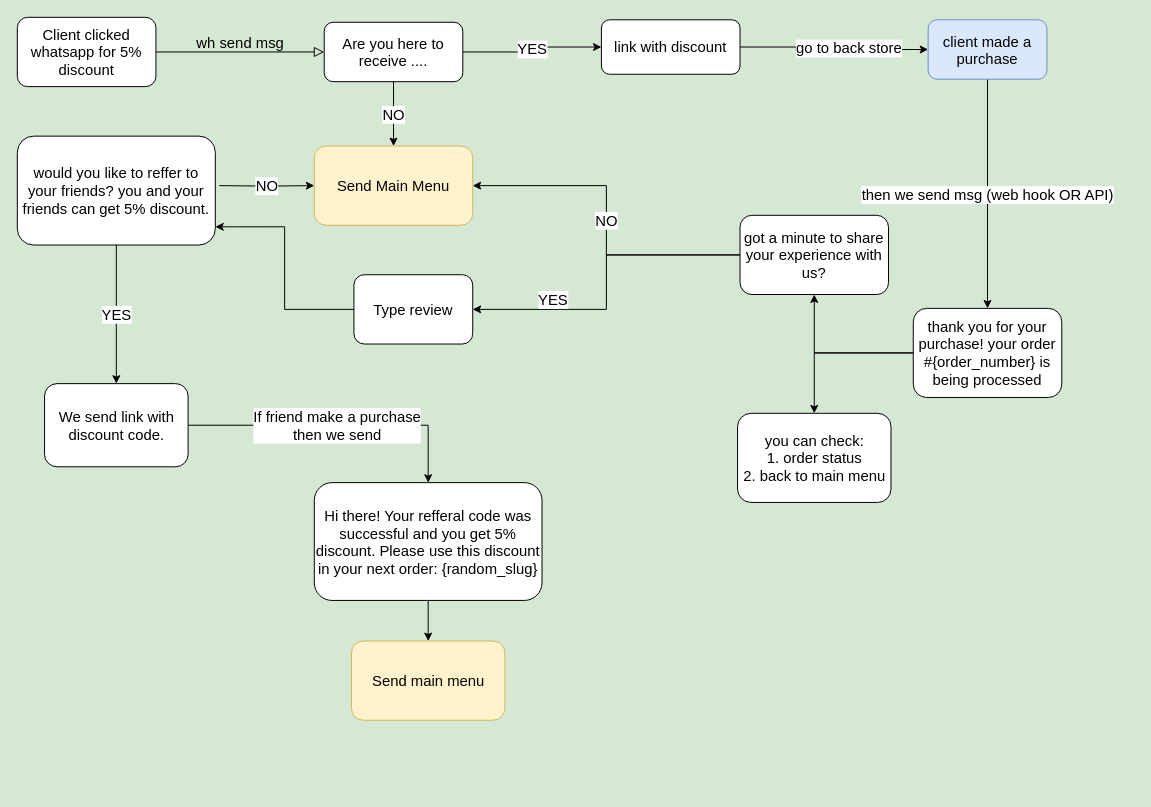
Above: Untitled Diagram.drawio in zhalgasbaibolov/zhalgasbaibolov (draw.io), before the change. Source tidied: cells renumbered, new cells numbered last; positions are measured from the earlier drawing's top-left corner, leaving out a move shared by most shapes. Both pictures are drawn from the tidied source at 99%, with x=0, y=0 at pixel (17, 17).
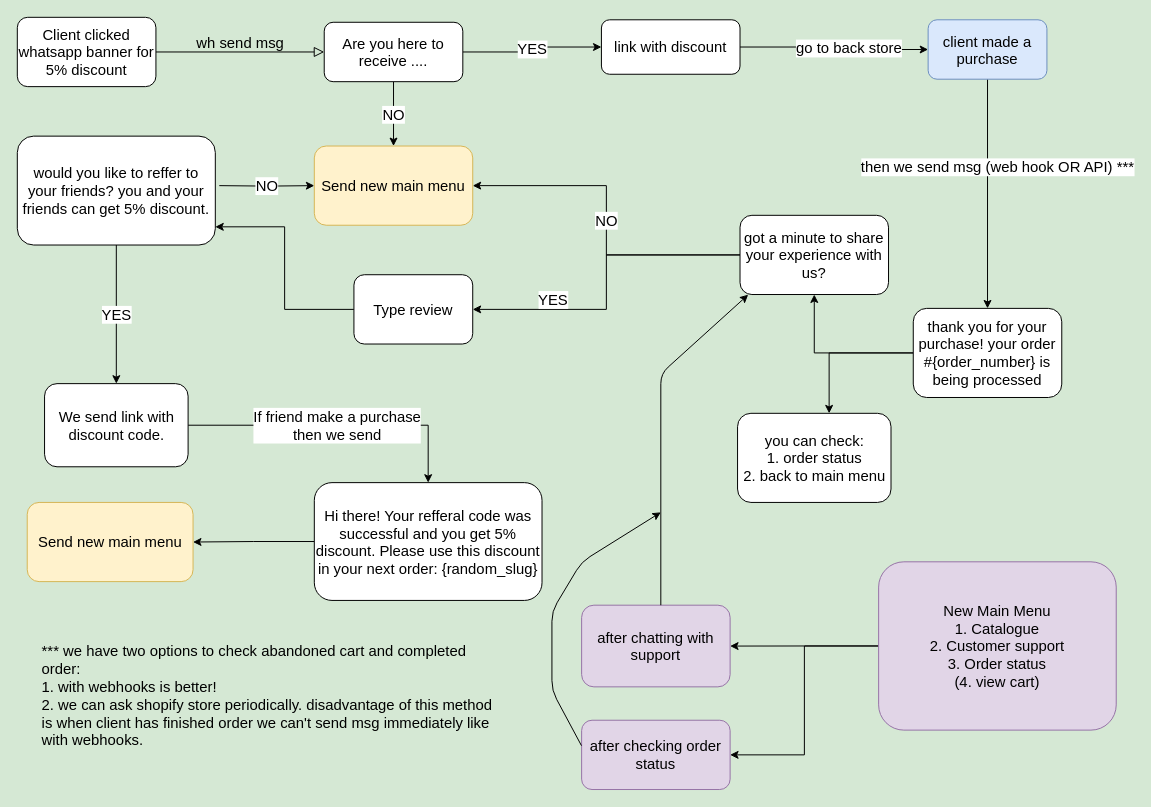
The same page after the edit.

Unchanged cells that the change refers to:
```xml
<mxCell id="10" value="client made a purchase" style="whiteSpace=wrap;html=1;rounded=1;fillColor=#dae8fc;strokeColor=#6c8ebf;fontSize=15;" parent="1" vertex="1">
  <mxGeometry x="920" y="2.5" width="120" height="60" as="geometry" />
</mxCell>
<mxCell id="13" value="thank you for your purchase! your order #{order_number} is being processed" style="whiteSpace=wrap;html=1;rounded=1;fontSize=15;" parent="1" vertex="1">
  <mxGeometry x="905" y="294" width="150" height="90" as="geometry" />
</mxCell>
<mxCell id="14" value="you can check:&lt;br style=&quot;font-size: 15px;&quot;&gt;1. order status&lt;br style=&quot;font-size: 15px;&quot;&gt;2. back to main menu" style="whiteSpace=wrap;html=1;rounded=1;fontSize=15;" parent="1" vertex="1">
  <mxGeometry x="727.5" y="400" width="155" height="90" as="geometry" />
</mxCell>
<mxCell id="17" value="got a minute to share your experience with us?" style="whiteSpace=wrap;html=1;rounded=1;fontSize=15;" parent="1" vertex="1">
  <mxGeometry x="730" y="200" width="150" height="80" as="geometry" />
</mxCell>
```

What changed in the source:
```diff
@@
-    <mxCell id="3" value="Client clicked whatsapp for 5% discount" style="rounded=1;whiteSpace=wrap;html=1;fontSize=15;glass=0;strokeWidth=1;shadow=0;" parent="1" vertex="1">
+    <mxCell id="3" value="Client clicked whatsapp banner for 5% discount" style="rounded=1;whiteSpace=wrap;html=1;fontSize=15;glass=0;strokeWidth=1;shadow=0;" parent="1" vertex="1">
       <mxGeometry width="140" height="70" as="geometry" />
     </mxCell>
@@
-    <mxCell id="9" value="then we send msg (web hook OR API)" style="edgeStyle=orthogonalEdgeStyle;rounded=0;jettySize=auto;html=1;fontSize=15;" parent="1" edge="1" source="10" target="13">
-      <mxGeometry relative="1" as="geometry" />
+    <mxCell id="9" value="then we send msg (web hook OR API) ***" style="edgeStyle=orthogonalEdgeStyle;rounded=0;jettySize=auto;html=1;fontSize=15;" parent="1" edge="1" source="10" target="13">
+      <mxGeometry x="-0.24" y="10" relative="1" as="geometry" />
     </mxCell>
@@
     <mxCell id="11" style="edgeStyle=orthogonalEdgeStyle;rounded=0;jettySize=auto;html=1;fontSize=15;" parent="1" edge="1" source="13" target="14">
-      <mxGeometry relative="1" as="geometry" />
+      <mxGeometry relative="1" as="geometry">
+        <Array as="points">
+          <mxPoint x="820" y="339" />
+        </Array>
+      </mxGeometry>
     </mxCell>
@@
-    <mxCell id="23" value="Send Main Menu" style="whiteSpace=wrap;html=1;rounded=1;fillColor=#fff2cc;strokeColor=#d6b656;fontSize=15;" parent="1" vertex="1">
+    <mxCell id="23" value="Send new main menu" style="whiteSpace=wrap;html=1;rounded=1;fillColor=#fff2cc;strokeColor=#d6b656;fontSize=15;" parent="1" vertex="1">
       <mxGeometry x="300" y="130" width="160" height="80" as="geometry" />
     </mxCell>
@@
-    <mxCell id="28" value="Send main menu" style="whiteSpace=wrap;html=1;rounded=1;fontSize=15;fillColor=#fff2cc;strokeColor=#d6b656;" parent="1" vertex="1">
-      <mxGeometry x="337.5" y="630" width="155" height="80" as="geometry" />
+    <mxCell id="28" value="Send new main menu" style="whiteSpace=wrap;html=1;rounded=1;fontSize=15;fillColor=#fff2cc;strokeColor=#d6b656;" parent="1" vertex="1">
+      <mxGeometry x="10" y="490" width="167.5" height="80" as="geometry" />
     </mxCell>
+    <mxCell id="29" value="*** we have two options to check abandoned cart and completed order:&lt;br&gt;1. with webhooks is better!&lt;br&gt;2. we can ask shopify store periodically. disadvantage of this method is when client has finished order we can't send msg immediately like with webhooks." style="text;html=1;strokeColor=none;fillColor=none;align=left;verticalAlign=middle;whiteSpace=wrap;rounded=0;fontSize=15;" parent="1" vertex="1">
+      <mxGeometry x="22.5" y="630" width="467.5" height="110" as="geometry" />
+    </mxCell>
+    <mxCell id="30" style="edgeStyle=orthogonalEdgeStyle;rounded=0;jettySize=auto;html=1;fontSize=15;" parent="1" edge="1" source="32" target="33">
+      <mxGeometry relative="1" as="geometry" />
+    </mxCell>
+    <mxCell id="31" style="edgeStyle=orthogonalEdgeStyle;rounded=0;jettySize=auto;html=1;fontSize=15;" parent="1" edge="1" source="32" target="35">
+      <mxGeometry relative="1" as="geometry" />
+    </mxCell>
+    <mxCell id="32" value="New Main Menu&lt;br&gt;1. Catalogue&lt;br&gt;2. Customer support&lt;br&gt;3. Order status&lt;br&gt;(4. view cart)" style="rounded=1;whiteSpace=wrap;html=1;fontSize=15;fillColor=#e1d5e7;strokeColor=#9673a6;" parent="1" vertex="1">
+      <mxGeometry x="870" y="550" width="240" height="170" as="geometry" />
+    </mxCell>
+    <mxCell id="33" value="after chatting with support" style="whiteSpace=wrap;html=1;rounded=1;fontSize=15;strokeColor=#9673a6;fillColor=#e1d5e7;" parent="1" vertex="1">
+      <mxGeometry x="570" y="593.8" width="150" height="82.5" as="geometry" />
+    </mxCell>
+    <mxCell id="34" style="endArrow=classic;html=1;fontSize=15;entryX=0.055;entryY=1.002;entryDx=0;entryDy=0;entryPerimeter=0;" parent="1" edge="1" target="17">
+      <mxGeometry relative="1" as="geometry">
+        <mxPoint x="650" y="593.8" as="sourcePoint" />
+        <Array as="points">
+          <mxPoint x="650" y="360" />
+        </Array>
+      </mxGeometry>
+    </mxCell>
+    <mxCell id="35" value="after checking order status" style="whiteSpace=wrap;html=1;rounded=1;fontSize=15;strokeColor=#9673a6;fillColor=#e1d5e7;" parent="1" vertex="1">
+      <mxGeometry x="570" y="710" width="150" height="70" as="geometry" />
+    </mxCell>
+    <mxCell id="36" style="endArrow=classic;html=1;fontSize=15;exitX=-0.001;exitY=0.367;exitDx=0;exitDy=0;exitPerimeter=0;" parent="1" edge="1" source="35">
+      <mxGeometry relative="1" as="geometry">
+        <mxPoint x="650" y="500" as="targetPoint" />
+        <Array as="points">
+          <mxPoint x="540" y="680" />
+          <mxPoint x="540" y="600" />
+          <mxPoint x="570" y="550" />
+        </Array>
+      </mxGeometry>
+    </mxCell>
```
